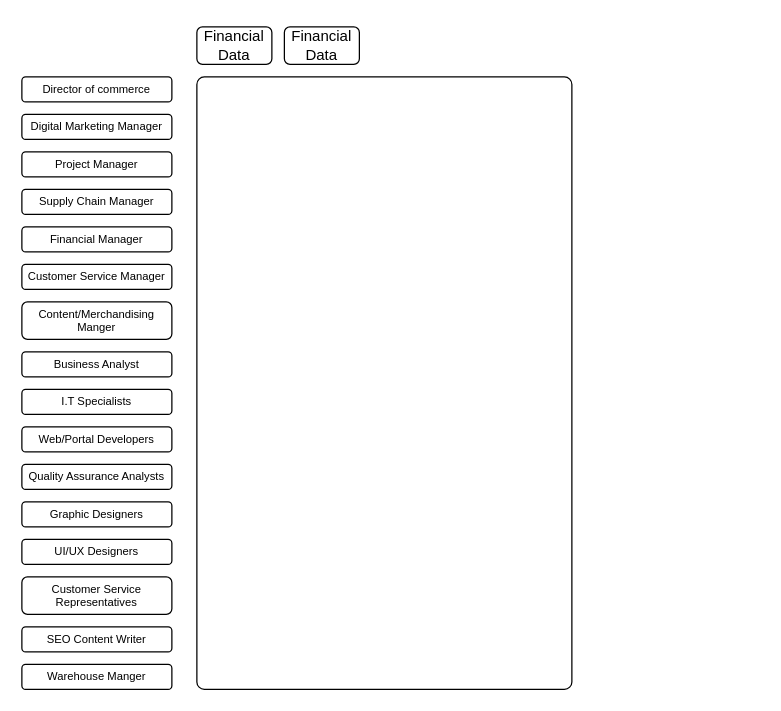
This is src/Untitled Diagram.drawio from timomwa/cmp, a draw.io file, before an edit. Source tidied: cells renumbered, new cells numbered last; positions are measured from the earlier drawing's top-left corner, leaving out a move shared by most shapes. Both pictures are drawn from the tidied source at 125%, with x=0, y=0 at pixel (21, 26).
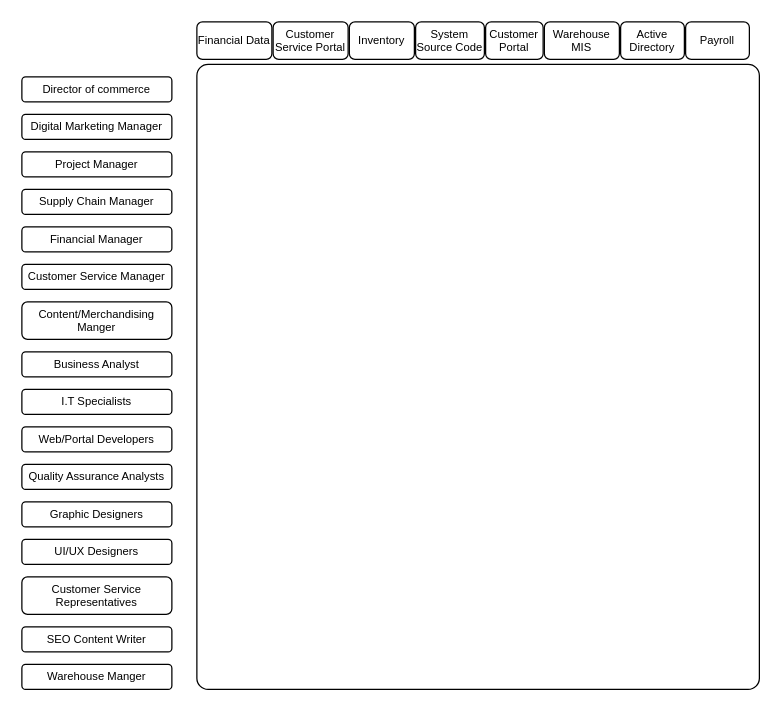
After the change.

Commit message (it also covers changes not shown here):
RBAC Knights Greens.drawio

What changed in the source:
```diff
@@
     <mxCell id="18" style="rounded=1;whiteSpace=wrap;html=1;arcSize=2;" parent="1" vertex="1">
-      <mxGeometry x="140" y="40" width="300" height="490" as="geometry" />
+      <mxGeometry x="140" y="30" width="450" height="500" as="geometry" />
     </mxCell>
-    <mxCell id="19" value="Financial Data" style="rounded=1;whiteSpace=wrap;html=1;" parent="1" vertex="1">
-      <mxGeometry x="140" width="60" height="30" as="geometry" />
+    <mxCell id="19" value="Financial Data" style="rounded=1;whiteSpace=wrap;html=1;fontSize=9;" parent="1" vertex="1">
+      <mxGeometry x="140" y="-4" width="60" height="30" as="geometry" />
     </mxCell>
-    <mxCell id="20" value="Financial Data" style="rounded=1;whiteSpace=wrap;html=1;" parent="1" vertex="1">
-      <mxGeometry x="210" width="60" height="30" as="geometry" />
+    <mxCell id="20" value="Customer Service Portal" style="rounded=1;whiteSpace=wrap;html=1;fontSize=9;" parent="1" vertex="1">
+      <mxGeometry x="201" y="-4" width="60" height="30" as="geometry" />
     </mxCell>
+    <mxCell id="21" value="Inventory" style="rounded=1;whiteSpace=wrap;html=1;fontSize=9;" parent="1" vertex="1">
+      <mxGeometry x="262" y="-4" width="52" height="30" as="geometry" />
+    </mxCell>
+    <mxCell id="22" value="System Source Code" style="rounded=1;whiteSpace=wrap;html=1;fontSize=9;" parent="1" vertex="1">
+      <mxGeometry x="315" y="-4" width="55" height="30" as="geometry" />
+    </mxCell>
+    <mxCell id="23" value="Customer Portal" style="rounded=1;whiteSpace=wrap;html=1;fontSize=9;" parent="1" vertex="1">
+      <mxGeometry x="371" y="-4" width="46" height="30" as="geometry" />
+    </mxCell>
+    <mxCell id="24" value="Warehouse MIS" style="rounded=1;whiteSpace=wrap;html=1;fontSize=9;" parent="1" vertex="1">
+      <mxGeometry x="418" y="-4" width="60" height="30" as="geometry" />
+    </mxCell>
+    <mxCell id="25" value="Active Directory" style="rounded=1;whiteSpace=wrap;html=1;fontSize=9;" parent="1" vertex="1">
+      <mxGeometry x="479" y="-4" width="51" height="30" as="geometry" />
+    </mxCell>
+    <mxCell id="26" value="Payroll" style="rounded=1;whiteSpace=wrap;html=1;fontSize=9;" parent="1" vertex="1">
+      <mxGeometry x="531" y="-4" width="51" height="30" as="geometry" />
+    </mxCell>
```
